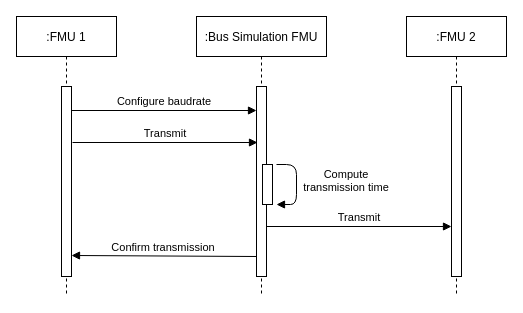
The draw.io diagram docs/images/principles_of_communication_complex.drawio in modelica/fmi-ls-bus, before the edit. Source tidied: cells renumbered, new cells numbered last; positions are measured from the earlier drawing's top-left corner, leaving out a move shared by most shapes. Both pictures are drawn from the tidied source at 100%, with x=0, y=0 at pixel (16, 16).
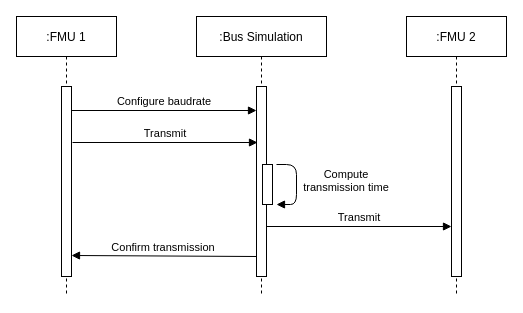
After the change.

Change to the diagram source:
```diff
@@
-    <mxCell id="4" value=":Bus Simulation FMU" style="shape=umlLifeline;perimeter=lifelinePerimeter;rounded=0;shadow=0;strokeWidth=1;" parent="1" vertex="1">
+    <mxCell id="4" value=":Bus Simulation" style="shape=umlLifeline;perimeter=lifelinePerimeter;rounded=0;shadow=0;strokeWidth=1;" parent="1" vertex="1">
       <mxGeometry x="180" width="130" height="280" as="geometry" />
     </mxCell>
```
